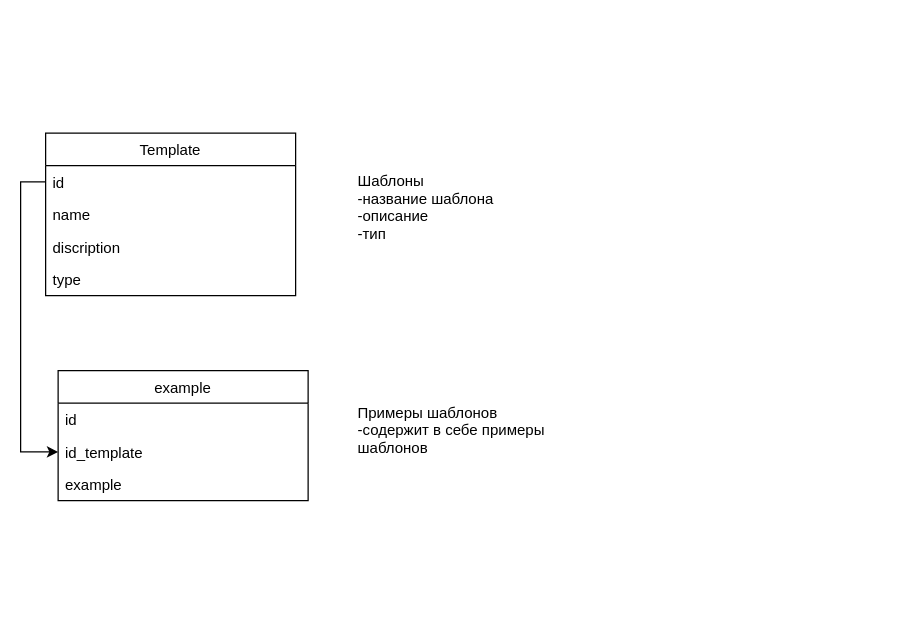
This is Untitled Diagram.drawio from Nodes-Naggers/drawdiogram, a draw.io file, before an edit. Source tidied: cells renumbered, new cells numbered last; positions are measured from the earlier drawing's top-left corner, leaving out a move shared by most shapes. Both pictures are drawn from the tidied source at 125%, with x=0, y=0 at pixel (45, 132).
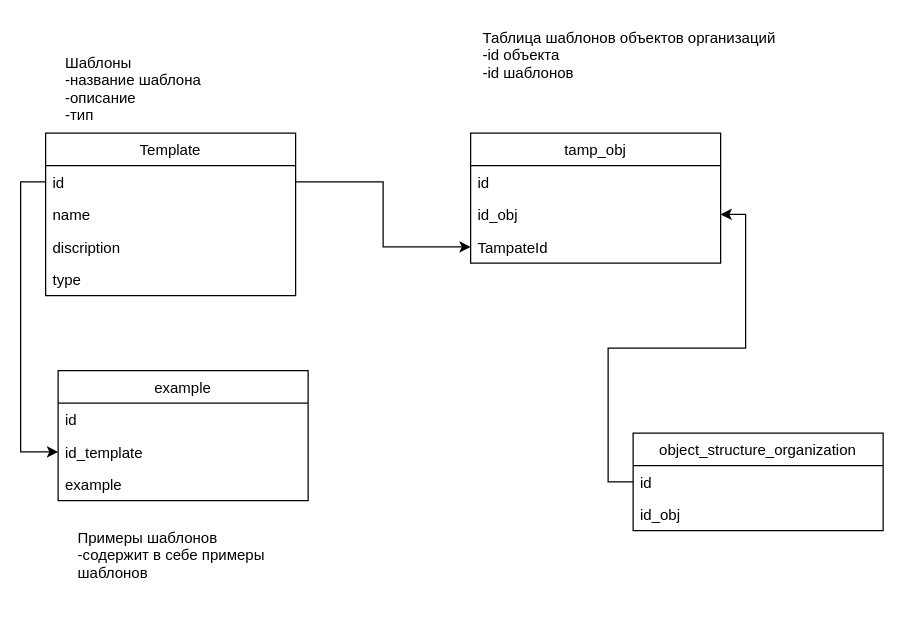
After the change.

Unchanged cells that the change refers to:
```xml
<mxCell id="3" value="id" style="text;strokeColor=none;fillColor=none;align=left;verticalAlign=top;spacingLeft=4;spacingRight=4;overflow=hidden;points=[[0,0.5],[1,0.5]];portConstraint=eastwest;rotation=0;" parent="2" vertex="1">
  <mxGeometry y="26" width="200" height="26" as="geometry" />
</mxCell>
```

Diff of the diagram source:
```diff
@@
     <mxCell id="7" value="Шаблоны&#10;-название шаблона&#10;-описание&#10;-тип" style="text;strokeColor=none;fillColor=none;align=left;verticalAlign=top;spacingLeft=4;spacingRight=4;overflow=hidden;rotation=0;" parent="1" vertex="1">
-      <mxGeometry x="244" y="25" width="200" height="80" as="geometry" />
+      <mxGeometry x="10" y="-70" width="200" height="80" as="geometry" />
     </mxCell>
@@
     <mxCell id="13" value="Примеры шаблонов&#10;-содержит в себе примеры&#10;шаблонов" style="text;strokeColor=none;fillColor=none;align=left;verticalAlign=top;spacingLeft=4;spacingRight=4;overflow=hidden;rotation=0;" parent="1" vertex="1">
-      <mxGeometry x="244" y="210" width="200" height="80" as="geometry" />
+      <mxGeometry x="20" y="310" width="200" height="80" as="geometry" />
     </mxCell>
+    <mxCell id="14" value="tamp_obj" style="swimlane;fontStyle=0;horizontal=1;startSize=26;shadow=0;rotation=0;fillColor=none;flipH=0;flipV=0;direction=east;" parent="1" vertex="1">
+      <mxGeometry x="340" width="200" height="104" as="geometry" />
+    </mxCell>
+    <mxCell id="15" value="id" style="text;strokeColor=none;fillColor=none;align=left;verticalAlign=top;spacingLeft=4;spacingRight=4;overflow=hidden;rotation=0;" parent="14" vertex="1">
+      <mxGeometry y="26" width="200" height="26" as="geometry" />
+    </mxCell>
+    <mxCell id="16" value="id_obj" style="text;strokeColor=none;fillColor=none;align=left;verticalAlign=top;spacingLeft=4;spacingRight=4;overflow=hidden;points=[[0,0.5],[1,0.5]];portConstraint=eastwest;rotation=0;" parent="14" vertex="1">
+      <mxGeometry y="52" width="200" height="26" as="geometry" />
+    </mxCell>
+    <mxCell id="17" value="TampateId" style="text;strokeColor=none;fillColor=none;align=left;verticalAlign=top;spacingLeft=4;spacingRight=4;overflow=hidden;points=[[0,0.5],[1,0.5]];portConstraint=eastwest;rotation=0;" parent="14" vertex="1">
+      <mxGeometry y="78" width="200" height="26" as="geometry" />
+    </mxCell>
+    <mxCell id="18" style="edgeStyle=orthogonalEdgeStyle;rounded=0;jettySize=auto;html=1;exitX=1;exitY=0.5;exitDx=0;exitDy=0;" parent="1" edge="1" source="3" target="17">
+      <mxGeometry relative="1" as="geometry" />
+    </mxCell>
+    <mxCell id="19" value="object_structure_organization" style="swimlane;fontStyle=0;horizontal=1;startSize=26;shadow=0;rotation=0;fillColor=none;flipH=0;flipV=0;direction=east;" parent="1" vertex="1">
+      <mxGeometry x="470" y="240" width="200" height="78" as="geometry" />
+    </mxCell>
+    <mxCell id="20" value="id" style="text;strokeColor=none;fillColor=none;align=left;verticalAlign=top;spacingLeft=4;spacingRight=4;overflow=hidden;points=[[0,0.5],[1,0.5]];portConstraint=eastwest;rotation=0;" parent="19" vertex="1">
+      <mxGeometry y="26" width="200" height="26" as="geometry" />
+    </mxCell>
+    <mxCell id="21" value="id_obj" style="text;strokeColor=none;fillColor=none;align=left;verticalAlign=top;spacingLeft=4;spacingRight=4;overflow=hidden;rotation=0;" parent="19" vertex="1">
+      <mxGeometry y="52" width="200" height="26" as="geometry" />
+    </mxCell>
+    <mxCell id="22" style="edgeStyle=orthogonalEdgeStyle;rounded=0;jettySize=auto;html=1;exitX=0;exitY=0.5;exitDx=0;exitDy=0;entryX=1;entryY=0.5;entryDx=0;entryDy=0;" parent="1" edge="1" source="20" target="16">
+      <mxGeometry relative="1" as="geometry" />
+    </mxCell>
+    <mxCell id="23" value="Таблица шаблонов объектов организаций&#10;-id объекта&#10;-id шаблонов" style="text;strokeColor=none;fillColor=none;align=left;verticalAlign=top;spacingLeft=4;spacingRight=4;overflow=hidden;rotation=0;" parent="1" vertex="1">
+      <mxGeometry x="344" y="-90" width="256" height="80" as="geometry" />
+    </mxCell>
```
